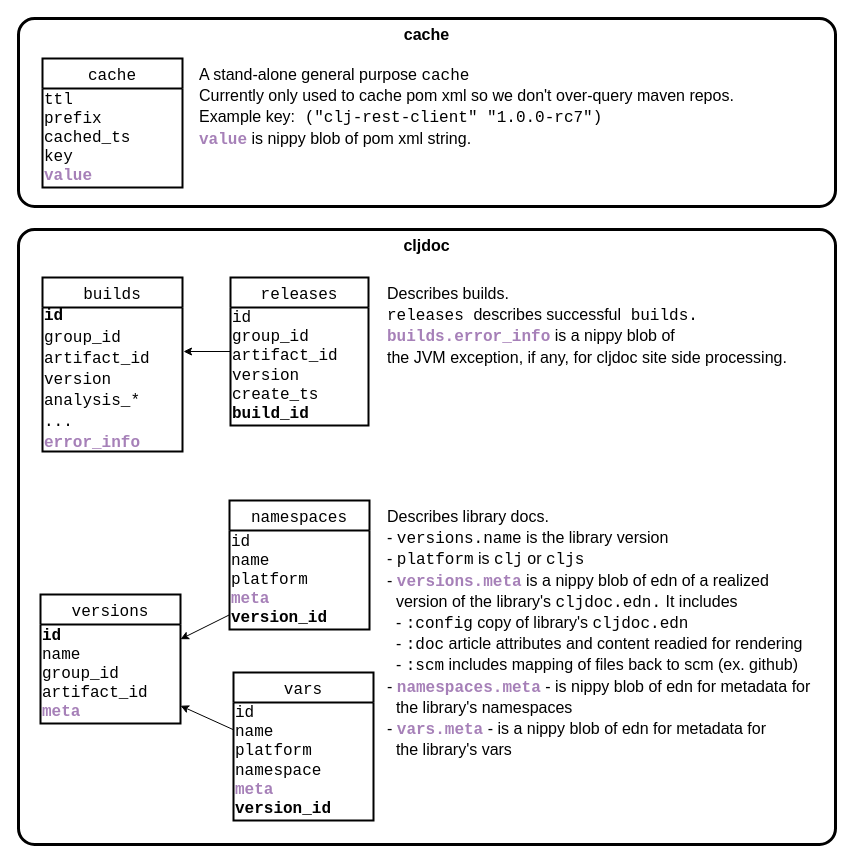
This is doc/database-overview.drawio from cljdoc/cljdoc, a draw.io file, before an edit. Source tidied: cells renumbered, new cells numbered last; positions are measured from the earlier drawing's top-left corner, leaving out a move shared by most shapes. Both pictures are drawn from the tidied source at 100%, with x=0, y=0 at pixel (18, 18).
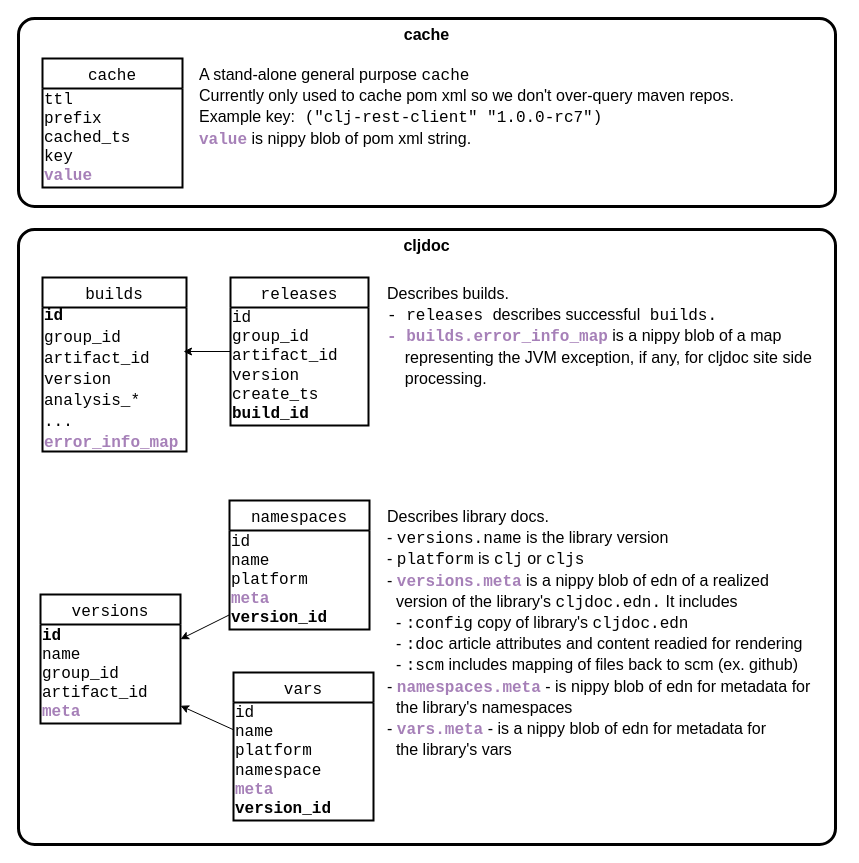
The same page after the edit.

Commit message (it also covers changes not shown here):
Upgrade to nippy 3.1.1

Change to the diagram source:
```diff
@@
     <mxCell id="11" value="builds" style="swimlane;fontStyle=0;horizontal=1;startSize=30;fontFamily=Courier New;fontSize=16;strokeWidth=2;" parent="1" vertex="1">
-      <mxGeometry x="24" y="259" width="140" height="174" as="geometry" />
+      <mxGeometry x="24" y="259" width="144" height="174" as="geometry" />
     </mxCell>
-    <mxCell id="12" value="&lt;font face=&quot;Courier New&quot;&gt;&lt;font color=&quot;#000000&quot;&gt;&lt;b&gt;id&lt;/b&gt;&lt;br style=&quot;padding: 0px ; margin: 0px&quot;&gt;group_id&lt;br style=&quot;padding: 0px ; margin: 0px&quot;&gt;artifact_id&lt;br style=&quot;padding: 0px ; margin: 0px&quot;&gt;version&lt;br style=&quot;padding: 0px ; margin: 0px&quot;&gt;analysis_*&lt;br style=&quot;padding: 0px ; margin: 0px&quot;&gt;...&lt;br style=&quot;padding: 0px ; margin: 0px&quot;&gt;&lt;/font&gt;&lt;b&gt;error_info&lt;/b&gt;&lt;/font&gt;" style="text;html=1;align=left;verticalAlign=middle;strokeColor=none;fillColor=none;fontSize=16;fontFamily=Helvetica;fontColor=#A680B8;strokeWidth=2;" parent="11" vertex="1">
-      <mxGeometry y="30" width="140" height="144" as="geometry" />
+    <mxCell id="12" value="&lt;font face=&quot;Courier New&quot;&gt;&lt;font color=&quot;#000000&quot;&gt;&lt;b&gt;id&lt;/b&gt;&lt;br style=&quot;padding: 0px ; margin: 0px&quot;&gt;group_id&lt;br style=&quot;padding: 0px ; margin: 0px&quot;&gt;artifact_id&lt;br style=&quot;padding: 0px ; margin: 0px&quot;&gt;version&lt;br style=&quot;padding: 0px ; margin: 0px&quot;&gt;analysis_*&lt;br style=&quot;padding: 0px ; margin: 0px&quot;&gt;...&lt;br style=&quot;padding: 0px ; margin: 0px&quot;&gt;&lt;/font&gt;&lt;b&gt;error_info_map&lt;/b&gt;&lt;/font&gt;" style="text;html=1;align=left;verticalAlign=middle;strokeColor=none;fillColor=none;fontSize=16;fontFamily=Helvetica;fontColor=#A680B8;strokeWidth=2;" parent="11" vertex="1">
+      <mxGeometry y="30" width="144" height="144" as="geometry" />
     </mxCell>
@@
-    <mxCell id="18" value="&lt;font face=&quot;Helvetica&quot;&gt;Describes builds.&amp;nbsp;&lt;br&gt;&lt;/font&gt;releases &lt;font face=&quot;Helvetica&quot;&gt;describes successful&lt;/font&gt;&amp;nbsp;builds.&lt;br style=&quot;font-size: 16px&quot;&gt;&lt;font color=&quot;#a680b8&quot;&gt;&lt;b&gt;builds.error_info&lt;/b&gt;&lt;/font&gt;&lt;font face=&quot;Helvetica&quot;&gt; is a nippy blob of &lt;br&gt;the JVM exception, if any, for cljdoc site side processing.&amp;nbsp;&lt;/font&gt;" style="text;html=1;strokeColor=none;fillColor=none;align=left;verticalAlign=top;whiteSpace=wrap;rounded=0;fontFamily=Courier New;fontSize=16;" parent="1" vertex="1">
-      <mxGeometry x="367" y="259" width="410" height="88" as="geometry" />
+    <mxCell id="18" value="&lt;font face=&quot;Helvetica&quot;&gt;Describes builds.&amp;nbsp;&lt;br&gt;&lt;/font&gt;- releases &lt;font face=&quot;Helvetica&quot;&gt;describes successful&lt;/font&gt;&amp;nbsp;builds.&lt;br style=&quot;font-size: 16px&quot;&gt;&lt;font color=&quot;#a680b8&quot;&gt;&lt;b&gt;- builds.error_info_map&lt;/b&gt;&lt;/font&gt;&lt;font face=&quot;Helvetica&quot;&gt;&amp;nbsp;is a nippy blob of a map&lt;br&gt;&amp;nbsp; &amp;nbsp; representing the JVM exception, if any, for cljdoc site side&lt;br&gt;&amp;nbsp; &amp;nbsp; processing.&amp;nbsp;&lt;/font&gt;" style="text;html=1;strokeColor=none;fillColor=none;align=left;verticalAlign=top;whiteSpace=wrap;rounded=0;fontFamily=Courier New;fontSize=16;" parent="1" vertex="1">
+      <mxGeometry x="367" y="259" width="435" height="118" as="geometry" />
     </mxCell>
```
